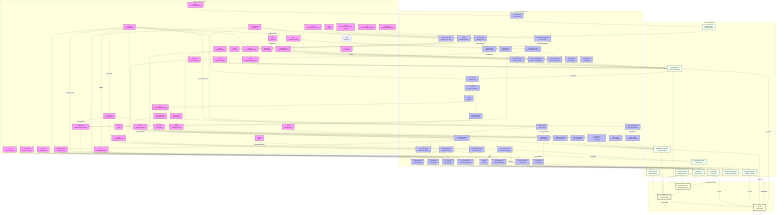
Earlier version of the Mermaid export docs/figures/scoliosis_mechanism_map.png (sayuj1989-ops/life). Its source is kept beside it as docs/figures/scoliosis_mechanism_map.mmd.
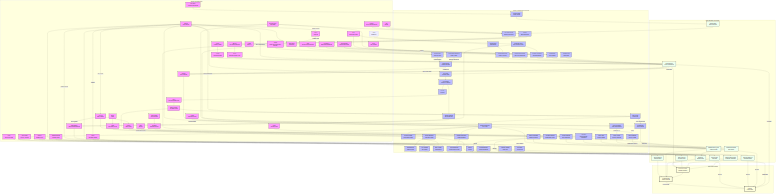
The same diagram one commit later.

Commit message:
weekly-map: add Ciliary Hunting hypothesis arc

The edit, as a diff of the source:
```diff
@@ -78,6 +78,7 @@
         Actin_Dynamics[Actin Cytoskeleton<br/>Strain Rearrangement]
         VEGF_A[VEGF-A/PGE2<br/>Secretory Response]
         Ferroptosis[Ferroptosis<br/>Iron Overload]
+        Ciliary_Elongation[Ciliary Elongation<br/>Sensory Hunting]
     end
 
     subgraph Tissue [Tissue Mechanics & Properties]
@@ -273,7 +274,10 @@
     Muscle_Tone -- "Micro-Tremor Dither" --> PIEZO1
     Muscle_Tone -- "Micro-Tremor Dither" --> PIEZO2
 
+    Mech_Trans -- "Failure" --> Ciliary_Elongation
+    Ciliary_Elongation -- "Compensatory Rescue" --> Gain
+
     class HOX,COL,PIEZO1,PIEZO2,CILIA,LBX1,ADGRG6,PTK7,YAP,PKD2L1,MMP,URP,UTS2R,GFAP,VIM,LAMIN,BMAL1,RUNX3,METTL3,ESR1,MELATONIN,MT2,HIF1A,POC5,DSTYK,TFEB,Beta_Catenin,DPY19L1L,IGF1R,GHR,SOST,FBN1,CCN,PPARGC1A,KCNQ,GPX4 gene;
-    class Region,ECM_Assembly,Mech_Trans,Sym_Break,Neur_Diff,Muscle_Diff,Disc_Maint,PCP_Sig,Nucl_Shuttle,CSF_Sensing,Degradation,Astrogliosis,mtROS,Adipogenesis,Hydraulic_Congestion,Immune_Infilt,Circadian_Entrain,Proprio_Maint,H3K9me3,VCL_Stasis,Glymphatic_Stasis,Vestibular_Input,Gi_cAMP,Ciliary_Tuning,Hypoxia,Osteogenesis,Ciliary_Splint,Vacuole_Biogenesis,C_Mannosylation,Rapid_Growth,Energy_Deficit,mtBiogenesis,Fibrosis,TGFB,Osteocyte_Dendrite,Actin_Dynamics,VEGF_A,Ferroptosis process;
+    class Region,ECM_Assembly,Mech_Trans,Sym_Break,Neur_Diff,Muscle_Diff,Disc_Maint,PCP_Sig,Nucl_Shuttle,CSF_Sensing,Degradation,Astrogliosis,mtROS,Adipogenesis,Hydraulic_Congestion,Immune_Infilt,Circadian_Entrain,Proprio_Maint,H3K9me3,VCL_Stasis,Glymphatic_Stasis,Vestibular_Input,Gi_cAMP,Ciliary_Tuning,Hypoxia,Osteogenesis,Ciliary_Splint,Vacuole_Biogenesis,C_Mannosylation,Rapid_Growth,Energy_Deficit,mtBiogenesis,Fibrosis,TGFB,Osteocyte_Dendrite,Actin_Dynamics,VEGF_A,Ferroptosis,Ciliary_Elongation process;
     class Rest_Kappa,Stiffness,Torsional_Stiffness,Gain,Torsion,Muscle_Tone,Anisotropy,TMD,Reissner_Fiber,Growth_Plate_Dysplasia tissue;
     class S_Curve,Stability,Scoliosis outcome;
```
